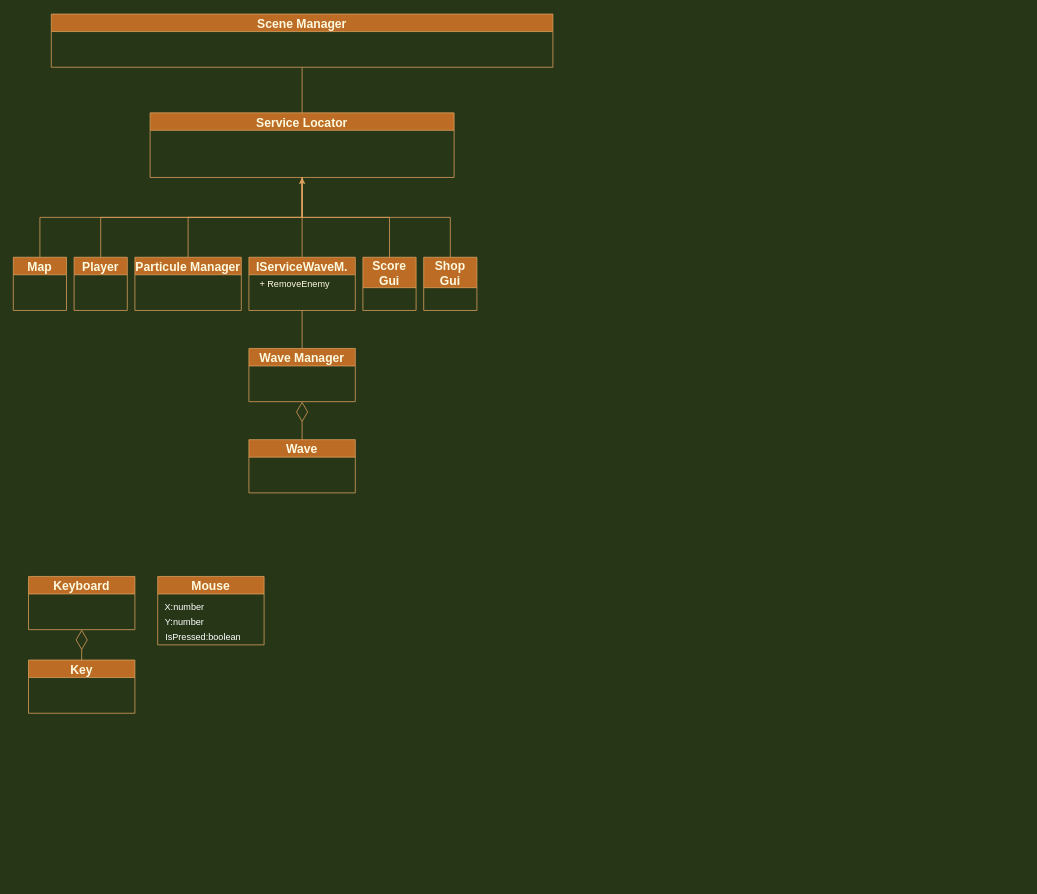
Above: flow_chart/Uml.drawio in MounirAia/Web-Shoot-em-up (draw.io), before the change. Source tidied: cells renumbered, new cells numbered last; positions are measured from the earlier drawing's top-left corner, leaving out a move shared by most shapes. Both pictures are drawn from the tidied source at 76%, with x=0, y=0 at pixel (13, 14).
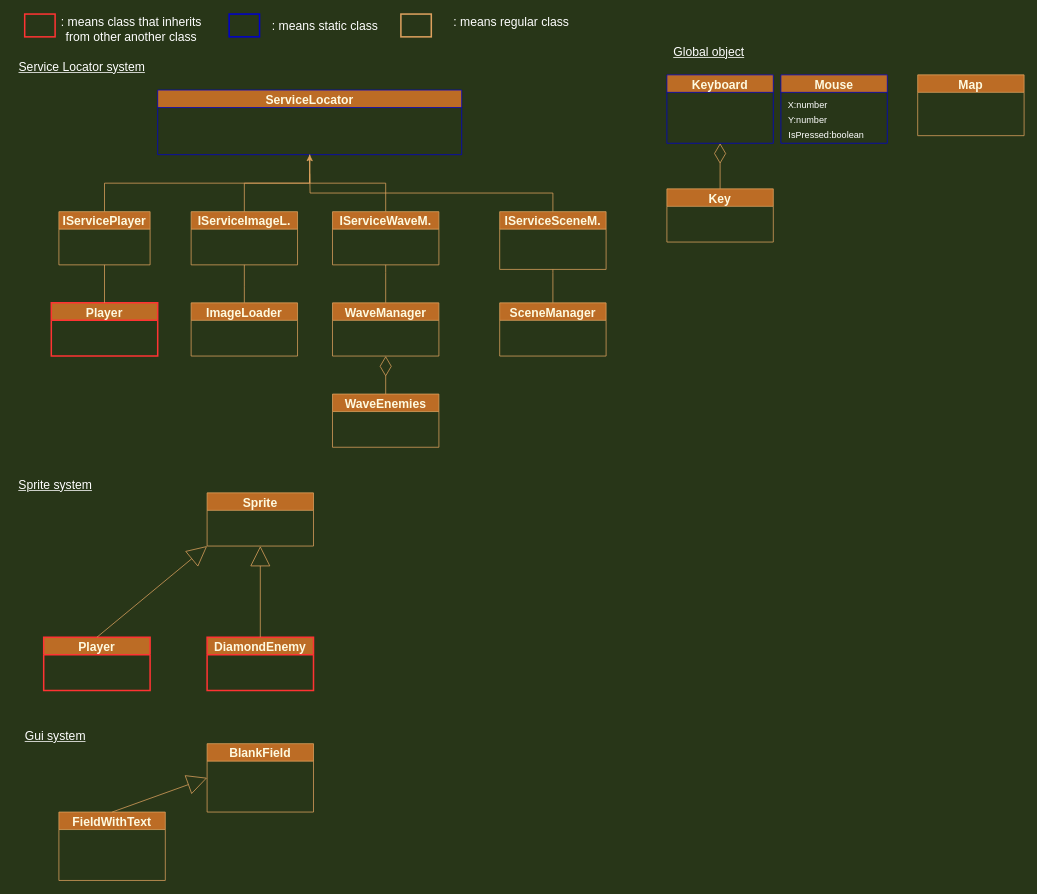
The same diagram, later.

Diff of the diagram source:
```diff
@@
-    <mxCell id="2" value="Scene Manager" style="swimlane;fontSize=16;fillColor=#BC6C25;strokeColor=#DDA15E;fontColor=#FEFAE0;" parent="1" vertex="1">
-      <mxGeometry x="50" width="660" height="70" as="geometry" />
-    </mxCell>
-    <mxCell id="3" style="edgeStyle=orthogonalEdgeStyle;rounded=0;jettySize=auto;html=1;fontSize=16;endArrow=none;endFill=0;exitX=0.5;exitY=1;exitDx=0;exitDy=0;labelBackgroundColor=#283618;strokeColor=#DDA15E;fontColor=#FEFAE0;" parent="1" edge="1" source="8" target="9">
-      <mxGeometry relative="1" as="geometry" />
-    </mxCell>
-    <mxCell id="4" style="edgeStyle=orthogonalEdgeStyle;rounded=0;jettySize=auto;html=1;fontSize=16;entryX=0.5;entryY=0;entryDx=0;entryDy=0;exitX=0.5;exitY=1;exitDx=0;exitDy=0;endArrow=none;endFill=0;labelBackgroundColor=#283618;strokeColor=#DDA15E;fontColor=#FEFAE0;" parent="1" edge="1" source="8" target="10">
-      <mxGeometry relative="1" as="geometry" />
-    </mxCell>
-    <mxCell id="5" style="edgeStyle=orthogonalEdgeStyle;rounded=0;jettySize=auto;html=1;exitX=0.5;exitY=1;exitDx=0;exitDy=0;entryX=0.5;entryY=0;entryDx=0;entryDy=0;fontSize=16;endArrow=none;endFill=0;labelBackgroundColor=#283618;strokeColor=#DDA15E;fontColor=#FEFAE0;" parent="1" edge="1" source="8" target="11">
-      <mxGeometry relative="1" as="geometry" />
-    </mxCell>
-    <mxCell id="6" style="edgeStyle=orthogonalEdgeStyle;rounded=0;jettySize=auto;html=1;entryX=0.5;entryY=1;entryDx=0;entryDy=0;fontSize=16;endArrow=none;endFill=0;labelBackgroundColor=#283618;strokeColor=#DDA15E;fontColor=#FEFAE0;" parent="1" edge="1" source="8" target="2">
-      <mxGeometry relative="1" as="geometry" />
-    </mxCell>
-    <mxCell id="7" style="edgeStyle=orthogonalEdgeStyle;rounded=0;jettySize=auto;html=1;exitX=0;exitY=0.5;exitDx=0;exitDy=0;fontSize=16;endArrow=none;endFill=0;labelBackgroundColor=#283618;strokeColor=#DDA15E;fontColor=#FEFAE0;" parent="1" edge="1" source="8">
-      <mxGeometry relative="1" as="geometry">
-        <mxPoint x="179.9" y="172.7" as="targetPoint" />
-        <Array as="points">
-          <mxPoint x="180" y="173" />
-          <mxPoint x="180" y="173" />
-        </Array>
-      </mxGeometry>
-    </mxCell>
-    <mxCell id="8" value="Service Locator" style="swimlane;fontSize=16;fillColor=#BC6C25;strokeColor=#DDA15E;fontColor=#FEFAE0;" parent="1" vertex="1">
-      <mxGeometry x="180" y="130" width="400" height="85" as="geometry" />
+    <mxCell id="8" value="ServiceLocator" style="swimlane;fontSize=16;fillColor=#BC6C25;strokeColor=#0000CC;fontColor=#FEFAE0;" parent="1" vertex="1">
+      <mxGeometry x="190" y="100" width="400" height="85" as="geometry" />
     </mxCell>
     <mxCell id="9" value="Map" style="swimlane;fontSize=16;fillColor=#BC6C25;strokeColor=#DDA15E;fontColor=#FEFAE0;" parent="1" vertex="1">
-      <mxGeometry y="320" width="70" height="70" as="geometry" />
+      <mxGeometry x="1190" y="80" width="140" height="80" as="geometry" />
     </mxCell>
-    <mxCell id="10" value="Player" style="swimlane;fontSize=16;fillColor=#BC6C25;strokeColor=#DDA15E;fontColor=#FEFAE0;" parent="1" vertex="1">
-      <mxGeometry x="80" y="320" width="70" height="70" as="geometry" />
+    <mxCell id="10" value="Player" style="swimlane;fontSize=16;fillColor=#BC6C25;strokeColor=#FF3333;fontColor=#FEFAE0;strokeWidth=2;" parent="1" vertex="1">
+      <mxGeometry x="50" y="380" width="140" height="70" as="geometry" />
     </mxCell>
-    <mxCell id="11" value="Particule Manager" style="swimlane;fontSize=16;fillColor=#BC6C25;strokeColor=#DDA15E;fontColor=#FEFAE0;" parent="1" vertex="1">
-      <mxGeometry x="160" y="320" width="140" height="70" as="geometry" />
-    </mxCell>
     <mxCell id="12" style="edgeStyle=orthogonalEdgeStyle;rounded=0;jettySize=auto;html=1;exitX=0.5;exitY=0;exitDx=0;exitDy=0;fontSize=16;endArrow=none;endFill=0;entryX=0.5;entryY=1;entryDx=0;entryDy=0;labelBackgroundColor=#283618;strokeColor=#DDA15E;fontColor=#FEFAE0;" parent="1" edge="1" source="13" target="20">
       <mxGeometry relative="1" as="geometry">
         <Array as="points">
-          <mxPoint x="380" y="400" />
-          <mxPoint x="380" y="400" />
+          <mxPoint x="490" y="340" />
+          <mxPoint x="490" y="340" />
         </Array>
       </mxGeometry>
     </mxCell>
-    <mxCell id="13" value="Wave Manager" style="swimlane;fontSize=16;fillColor=#BC6C25;strokeColor=#DDA15E;fontColor=#FEFAE0;" parent="1" vertex="1">
-      <mxGeometry x="310" y="440" width="140" height="70" as="geometry" />
+    <mxCell id="13" value="WaveManager" style="swimlane;fontSize=16;fillColor=#BC6C25;strokeColor=#DDA15E;fontColor=#FEFAE0;" parent="1" vertex="1">
+      <mxGeometry x="420" y="380" width="140" height="70" as="geometry" />
     </mxCell>
-    <mxCell id="14" style="edgeStyle=orthogonalEdgeStyle;rounded=0;jettySize=auto;html=1;fontSize=16;endArrow=none;endFill=0;entryX=0.5;entryY=1;entryDx=0;entryDy=0;labelBackgroundColor=#283618;strokeColor=#DDA15E;fontColor=#FEFAE0;" parent="1" edge="1" source="15" target="8">
-      <mxGeometry relative="1" as="geometry" />
-    </mxCell>
-    <mxCell id="15" value="Score&#10;Gui" style="swimlane;fontSize=16;startSize=40;fillColor=#BC6C25;strokeColor=#DDA15E;fontColor=#FEFAE0;" parent="1" vertex="1">
-      <mxGeometry x="460" y="320" width="70" height="70" as="geometry" />
-    </mxCell>
-    <mxCell id="16" style="edgeStyle=orthogonalEdgeStyle;rounded=0;jettySize=auto;html=1;exitX=0.25;exitY=0;exitDx=0;exitDy=0;fontSize=16;endArrow=none;endFill=0;labelBackgroundColor=#283618;strokeColor=#DDA15E;fontColor=#FEFAE0;" parent="1" edge="1" source="18">
-      <mxGeometry relative="1" as="geometry">
-        <mxPoint x="557.5" y="329.9" as="targetPoint" />
-      </mxGeometry>
-    </mxCell>
-    <mxCell id="17" style="edgeStyle=orthogonalEdgeStyle;rounded=0;jettySize=auto;html=1;fontSize=16;endArrow=none;endFill=0;entryX=0.5;entryY=1;entryDx=0;entryDy=0;labelBackgroundColor=#283618;strokeColor=#DDA15E;fontColor=#FEFAE0;" parent="1" edge="1" source="18" target="8">
-      <mxGeometry relative="1" as="geometry" />
-    </mxCell>
-    <mxCell id="18" value="Shop&#10;Gui" style="swimlane;fontSize=16;startSize=40;fillColor=#BC6C25;strokeColor=#DDA15E;fontColor=#FEFAE0;" parent="1" vertex="1">
-      <mxGeometry x="540" y="320" width="70" height="70" as="geometry" />
-    </mxCell>
@@
     <mxCell id="20" value="IServiceWaveM." style="swimlane;fontSize=16;fillColor=#BC6C25;strokeColor=#DDA15E;fontColor=#FEFAE0;" parent="1" vertex="1">
-      <mxGeometry x="310" y="320" width="140" height="70" as="geometry" />
+      <mxGeometry x="420" y="260" width="140" height="70" as="geometry" />
     </mxCell>
-    <mxCell id="21" value="+ RemoveEnemy" style="text;html=1;align=center;verticalAlign=middle;strokeColor=none;fillColor=none;fontColor=#FEFAE0;" parent="20" vertex="1">
-      <mxGeometry x="5" y="25" width="110" height="20" as="geometry" />
-    </mxCell>
-    <mxCell id="22" value="Wave" style="swimlane;fontSize=16;fillColor=#BC6C25;strokeColor=#DDA15E;fontColor=#FEFAE0;" parent="1" vertex="1">
-      <mxGeometry x="310" y="560" width="140" height="70" as="geometry" />
+    <mxCell id="22" value="WaveEnemies" style="swimlane;fontSize=16;fillColor=#BC6C25;strokeColor=#DDA15E;fontColor=#FEFAE0;" parent="1" vertex="1">
+      <mxGeometry x="420" y="500" width="140" height="70" as="geometry" />
     </mxCell>
@@
-    <mxCell id="24" value="Keyboard" style="swimlane;fontSize=16;fillColor=#BC6C25;strokeColor=#DDA15E;fontColor=#FEFAE0;" parent="1" vertex="1">
-      <mxGeometry x="20" y="740" width="140" height="70" as="geometry" />
+    <mxCell id="24" value="Keyboard" style="swimlane;fontSize=16;fillColor=#BC6C25;strokeColor=#0000CC;fontColor=#FEFAE0;" parent="1" vertex="1">
+      <mxGeometry x="860" y="80" width="140" height="90" as="geometry" />
     </mxCell>
@@
     <mxCell id="26" value="Key" style="swimlane;fontSize=16;fillColor=#BC6C25;strokeColor=#DDA15E;fontColor=#FEFAE0;" parent="1" vertex="1">
-      <mxGeometry x="20" y="850" width="140" height="70" as="geometry" />
+      <mxGeometry x="860" y="230" width="140" height="70" as="geometry" />
     </mxCell>
-    <mxCell id="27" value="Mouse" style="swimlane;fontSize=16;fillColor=#BC6C25;strokeColor=#DDA15E;fontColor=#FEFAE0;startSize=23;" parent="1" vertex="1">
-      <mxGeometry x="190" y="740" width="140" height="90" as="geometry" />
+    <mxCell id="27" value="Mouse" style="swimlane;fontSize=16;fillColor=#BC6C25;strokeColor=#0000CC;fontColor=#FEFAE0;startSize=23;" parent="1" vertex="1">
+      <mxGeometry x="1010" y="80" width="140" height="90" as="geometry" />
     </mxCell>
@@
+    <mxCell id="31" value="BlankField" style="swimlane;fontSize=16;fillColor=#BC6C25;strokeColor=#DDA15E;fontColor=#FEFAE0;startSize=23;" parent="1" vertex="1">
+      <mxGeometry x="255" y="960" width="140" height="90" as="geometry" />
+    </mxCell>
+    <mxCell id="32" value="FieldWithText" style="swimlane;fontSize=16;fillColor=#BC6C25;strokeColor=#DDA15E;fontColor=#FEFAE0;startSize=23;" parent="1" vertex="1">
+      <mxGeometry x="60" y="1050" width="140" height="90" as="geometry" />
+    </mxCell>
+    <mxCell id="33" style="endArrow=block;endFill=0;endSize=24;html=1;rounded=0;entryX=0;entryY=0.5;entryDx=0;entryDy=0;labelBackgroundColor=#283618;strokeColor=#DDA15E;fontColor=#FEFAE0;exitX=0.5;exitY=0;exitDx=0;exitDy=0;" parent="1" edge="1" source="32" target="31">
+      <mxGeometry relative="1" as="geometry" />
+    </mxCell>
+    <mxCell id="34" style="edgeStyle=orthogonalEdgeStyle;rounded=0;jettySize=auto;html=1;exitX=0.5;exitY=0;exitDx=0;exitDy=0;fontSize=16;endArrow=none;endFill=0;entryX=0.5;entryY=1;entryDx=0;entryDy=0;labelBackgroundColor=#283618;strokeColor=#DDA15E;fontColor=#FEFAE0;" parent="1" edge="1" source="35" target="36">
+      <mxGeometry relative="1" as="geometry">
+        <Array as="points">
+          <mxPoint x="710" y="340" />
+          <mxPoint x="710" y="340" />
+        </Array>
+      </mxGeometry>
+    </mxCell>
+    <mxCell id="35" value="SceneManager" style="swimlane;fontSize=16;fillColor=#BC6C25;strokeColor=#DDA15E;fontColor=#FEFAE0;" parent="1" vertex="1">
+      <mxGeometry x="640" y="380" width="140" height="70" as="geometry" />
+    </mxCell>
+    <mxCell id="36" value="IServiceSceneM." style="swimlane;fontSize=16;fillColor=#BC6C25;strokeColor=#DDA15E;fontColor=#FEFAE0;" parent="1" vertex="1">
+      <mxGeometry x="640" y="260" width="140" height="76" as="geometry" />
+    </mxCell>
+    <mxCell id="37" style="edgeStyle=orthogonalEdgeStyle;rounded=0;jettySize=auto;html=1;fontSize=16;endArrow=none;endFill=0;labelBackgroundColor=#283618;strokeColor=#DDA15E;fontColor=#FEFAE0;exitX=0.5;exitY=0;exitDx=0;exitDy=0;" parent="1" edge="1" source="36">
+      <mxGeometry relative="1" as="geometry">
+        <mxPoint x="390" y="210" as="targetPoint" />
+      </mxGeometry>
+    </mxCell>
+    <mxCell id="38" value="IServicePlayer" style="swimlane;fontSize=16;fillColor=#BC6C25;strokeColor=#DDA15E;fontColor=#FEFAE0;" parent="1" vertex="1">
+      <mxGeometry x="60" y="260" width="120" height="70" as="geometry" />
+    </mxCell>
+    <mxCell id="39" style="edgeStyle=orthogonalEdgeStyle;rounded=0;jettySize=auto;html=1;fontSize=16;entryX=0.5;entryY=0;entryDx=0;entryDy=0;endArrow=none;endFill=0;labelBackgroundColor=#283618;strokeColor=#DDA15E;fontColor=#FEFAE0;exitX=0.5;exitY=1;exitDx=0;exitDy=0;" parent="1" edge="1" source="8" target="38">
+      <mxGeometry relative="1" as="geometry" />
+    </mxCell>
+    <mxCell id="40" style="endArrow=none;html=1;rounded=0;entryX=0.5;entryY=1;entryDx=0;entryDy=0;exitX=0.5;exitY=0;exitDx=0;exitDy=0;strokeColor=#DDA15E;" parent="1" edge="1" source="10" target="38">
+      <mxGeometry relative="1" as="geometry" />
+    </mxCell>
+    <mxCell id="41" style="edgeStyle=orthogonalEdgeStyle;rounded=0;jettySize=auto;html=1;exitX=0.5;exitY=0;exitDx=0;exitDy=0;fontSize=16;endArrow=none;endFill=0;entryX=0.5;entryY=1;entryDx=0;entryDy=0;labelBackgroundColor=#283618;strokeColor=#DDA15E;fontColor=#FEFAE0;" parent="1" edge="1" source="42" target="43">
+      <mxGeometry relative="1" as="geometry">
+        <Array as="points">
+          <mxPoint x="304" y="359" />
+          <mxPoint x="304" y="359" />
+        </Array>
+      </mxGeometry>
+    </mxCell>
+    <mxCell id="42" value="ImageLoader" style="swimlane;fontSize=16;fillColor=#BC6C25;strokeColor=#DDA15E;fontColor=#FEFAE0;" parent="1" vertex="1">
+      <mxGeometry x="234" y="380" width="140" height="70" as="geometry" />
+    </mxCell>
+    <mxCell id="43" value="IServiceImageL." style="swimlane;fontSize=16;fillColor=#BC6C25;strokeColor=#DDA15E;fontColor=#FEFAE0;" parent="1" vertex="1">
+      <mxGeometry x="234" y="260" width="140" height="70" as="geometry" />
+    </mxCell>
+    <mxCell id="44" value="&lt;font style=&quot;font-size: 16px;&quot; color=&quot;#ffffff&quot;&gt;&lt;u&gt;Service Locator system&lt;/u&gt;&lt;/font&gt;" style="text;html=1;align=center;verticalAlign=middle;strokeColor=none;fillColor=none;" parent="1" vertex="1">
+      <mxGeometry y="60" width="180" height="20" as="geometry" />
+    </mxCell>
+    <mxCell id="45" style="whiteSpace=wrap;html=1;fontSize=16;fontColor=#FFFFFF;strokeColor=#FF3333;strokeWidth=2;fillColor=none;" parent="1" vertex="1">
+      <mxGeometry x="15" width="40" height="30" as="geometry" />
+    </mxCell>
+    <mxCell id="46" value=": means class that inherits &lt;br&gt;from other another class" style="text;html=1;align=center;verticalAlign=middle;strokeColor=none;fillColor=none;fontSize=16;fontColor=#FFFFFF;" parent="1" vertex="1">
+      <mxGeometry x="55" width="200" height="40" as="geometry" />
+    </mxCell>
+    <mxCell id="47" style="whiteSpace=wrap;html=1;fontSize=16;fontColor=#FFFFFF;strokeColor=#0000CC;strokeWidth=2;fillColor=none;" parent="1" vertex="1">
+      <mxGeometry x="284" width="40" height="30" as="geometry" />
+    </mxCell>
+    <mxCell id="48" value=": means static class" style="text;html=1;align=center;verticalAlign=middle;strokeColor=none;fillColor=none;fontSize=16;fontColor=#FFFFFF;" parent="1" vertex="1">
+      <mxGeometry x="330" y="5" width="160" height="20" as="geometry" />
+    </mxCell>
+    <mxCell id="49" style="whiteSpace=wrap;html=1;fontSize=16;fontColor=#FFFFFF;strokeColor=#DDA15E;strokeWidth=2;fillColor=none;" parent="1" vertex="1">
+      <mxGeometry x="510" width="40" height="30" as="geometry" />
+    </mxCell>
+    <mxCell id="50" value=": means regular class" style="text;html=1;align=center;verticalAlign=middle;strokeColor=none;fillColor=none;fontSize=16;fontColor=#FFFFFF;" parent="1" vertex="1">
+      <mxGeometry x="570" width="170" height="20" as="geometry" />
+    </mxCell>
+    <mxCell id="51" style="edgeStyle=orthogonalEdgeStyle;rounded=0;jettySize=auto;html=1;fontSize=16;entryX=0.5;entryY=0;entryDx=0;entryDy=0;endArrow=none;endFill=0;labelBackgroundColor=#283618;strokeColor=#DDA15E;fontColor=#FEFAE0;exitX=0.5;exitY=1;exitDx=0;exitDy=0;" parent="1" edge="1" source="8" target="43">
+      <mxGeometry relative="1" as="geometry" />
+    </mxCell>
+    <mxCell id="52" value="&lt;u&gt;Sprite system&lt;/u&gt;" style="text;html=1;align=center;verticalAlign=middle;strokeColor=none;fillColor=none;fontSize=16;fontColor=#FFFFFF;" parent="1" vertex="1">
+      <mxGeometry y="610" width="110" height="20" as="geometry" />
+    </mxCell>
+    <mxCell id="53" value="Player" style="swimlane;fontSize=16;fillColor=#BC6C25;strokeColor=#FF3333;fontColor=#FEFAE0;strokeWidth=2;" parent="1" vertex="1">
+      <mxGeometry x="40" y="820" width="140" height="70" as="geometry" />
+    </mxCell>
+    <mxCell id="54" value="Sprite" style="swimlane;fontSize=16;fillColor=#BC6C25;strokeColor=#DDA15E;fontColor=#FEFAE0;strokeWidth=1;" parent="1" vertex="1">
+      <mxGeometry x="255" y="630" width="140" height="70" as="geometry" />
+    </mxCell>
+    <mxCell id="55" style="endArrow=block;endFill=0;endSize=24;html=1;rounded=0;entryX=0;entryY=1;entryDx=0;entryDy=0;labelBackgroundColor=#283618;strokeColor=#DDA15E;fontColor=#FEFAE0;exitX=0.5;exitY=0;exitDx=0;exitDy=0;" parent="1" edge="1" source="53" target="54">
+      <mxGeometry relative="1" as="geometry" />
+    </mxCell>
+    <mxCell id="56" value="DiamondEnemy" style="swimlane;fontSize=16;fillColor=#BC6C25;strokeColor=#FF3333;fontColor=#FEFAE0;strokeWidth=2;" parent="1" vertex="1">
+      <mxGeometry x="255" y="820" width="140" height="70" as="geometry" />
+    </mxCell>
+    <mxCell id="57" style="endArrow=block;endFill=0;endSize=24;html=1;rounded=0;entryX=0.5;entryY=1;entryDx=0;entryDy=0;labelBackgroundColor=#283618;strokeColor=#DDA15E;fontColor=#FEFAE0;exitX=0.5;exitY=0;exitDx=0;exitDy=0;" parent="1" edge="1" source="56" target="54">
+      <mxGeometry relative="1" as="geometry" />
+    </mxCell>
+    <mxCell id="58" value="&lt;u&gt;Gui system&lt;br&gt;&lt;/u&gt;" style="text;html=1;align=center;verticalAlign=middle;strokeColor=none;fillColor=none;fontSize=16;fontColor=#FFFFFF;" parent="1" vertex="1">
+      <mxGeometry x="5" y="940" width="100" height="20" as="geometry" />
+    </mxCell>
+    <mxCell id="59" value="&lt;u&gt;Global object&lt;/u&gt;" style="text;html=1;align=center;verticalAlign=middle;strokeColor=none;fillColor=none;fontSize=16;fontColor=#FFFFFF;" parent="1" vertex="1">
+      <mxGeometry x="860" y="40" width="110" height="20" as="geometry" />
+    </mxCell>
```
